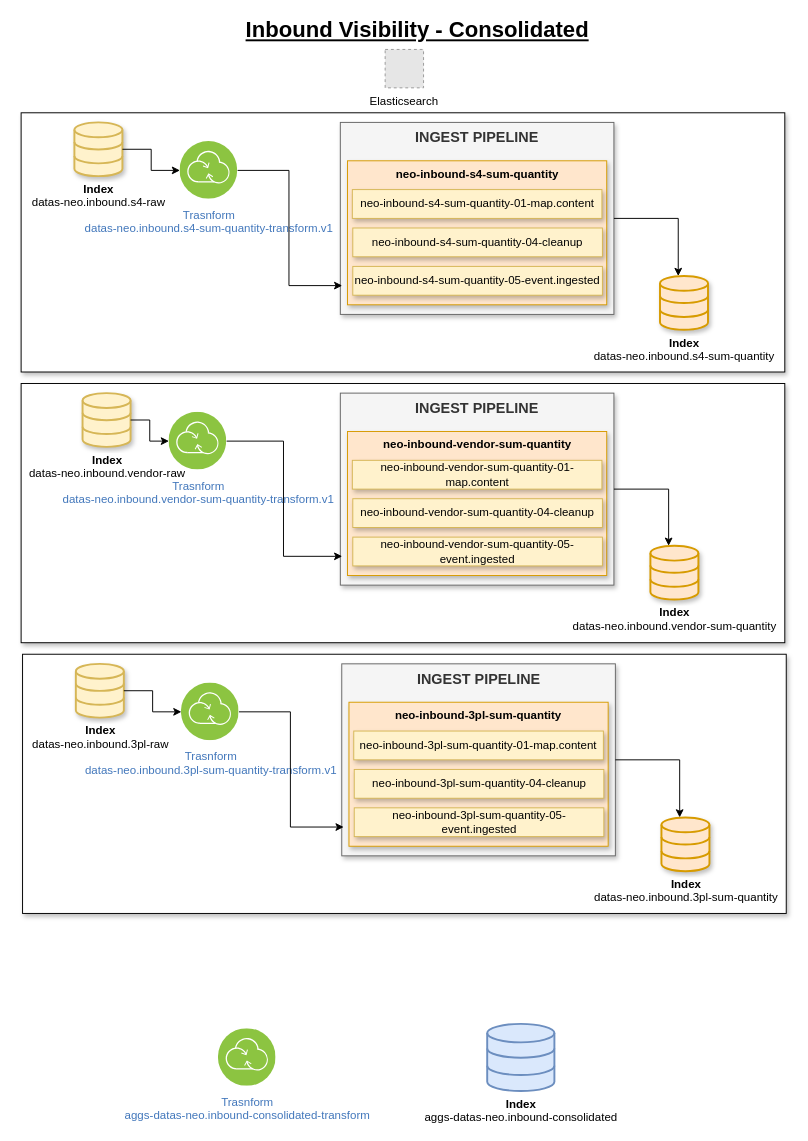
This is Inbound_Visibility-Consolidated.drawio from baranharis/Diagram-LOREAL, a draw.io file, before an edit. Source tidied: cells renumbered, new cells numbered last; positions are measured from the earlier drawing's top-left corner, leaving out a move shared by most shapes. Both pictures are drawn from the tidied source at 96%, with x=0, y=0 at pixel (21, 20). Pictures stored in the file or linked from it are replaced by grey dashed boxes.
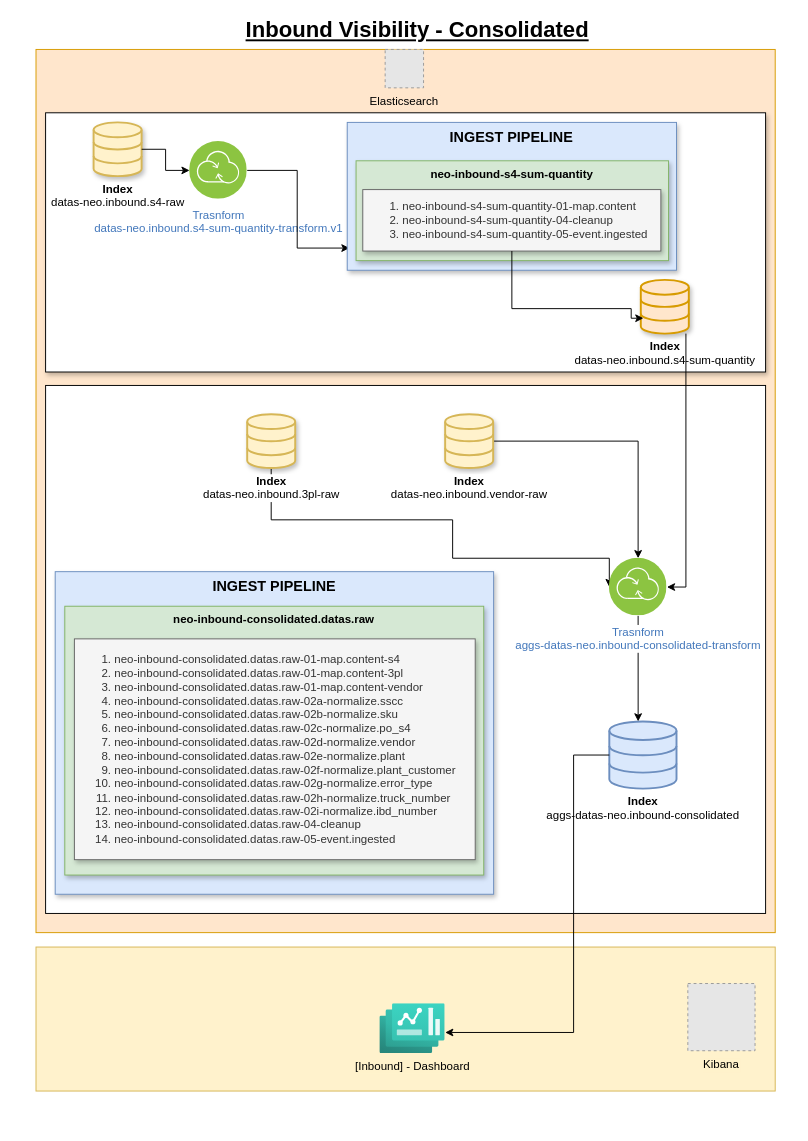
After the change.

Commit message:
Mettre à jour Inbound_Visibility-Consolidated.drawio

Change to the diagram source:
```diff
@@
-    <mxCell id="2" value="&lt;b&gt;Index&lt;/b&gt;&lt;br&gt;aggs-datas-neo.inbound-consolidated" style="html=1;verticalLabelPosition=bottom;align=center;labelBackgroundColor=#ffffff;verticalAlign=top;strokeWidth=2;strokeColor=#6c8ebf;shadow=0;dashed=0;shape=mxgraph.ios7.icons.data;fillColor=#dae8fc;" parent="1" vertex="1">
-      <mxGeometry x="485" y="1045" width="70" height="70" as="geometry" />
-    </mxCell>
+    <mxCell id="48" style="rounded=0;whiteSpace=wrap;html=1;fillColor=#fff2cc;strokeColor=#d6b656;" parent="1" vertex="1">
+      <mxGeometry x="15" y="965" width="770" height="150" as="geometry" />
+    </mxCell>
+    <mxCell id="49" style="rounded=0;whiteSpace=wrap;html=1;fillColor=#ffe6cc;strokeColor=#d79b00;" parent="1" vertex="1">
+      <mxGeometry x="15" y="30" width="770" height="920" as="geometry" />
+    </mxCell>
@@
-    <mxCell id="4" value="Elasticsearch" style="fillColor=#E6E6E6;strokeColor=#999999;dashed=1;verticalLabelPosition=bottom;labelBackgroundColor=default;verticalAlign=top;" parent="1" vertex="1">
+    <mxCell id="4" value="Elasticsearch" style="fillColor=#E6E6E6;strokeColor=#999999;dashed=1;verticalLabelPosition=bottom;labelBackgroundColor=#FFE6CC;verticalAlign=top;" parent="1" vertex="1">
       <mxGeometry x="378.7" y="30" width="40" height="40" as="geometry" />
     </mxCell>
-    <mxCell id="5" value="Trasnform&lt;br&gt;aggs-datas-neo.inbound-consolidated-transform" style="image;perimeter=ellipsePerimeter;html=1;align=center;shadow=0;dashed=0;fontColor=#4277BB;labelBackgroundColor=default;fontSize=12;spacingTop=3;image=img/lib/ibm/infrastructure/transformation_connectivity.svg;" parent="1" vertex="1">
-      <mxGeometry x="205" y="1050" width="60" height="60" as="geometry" />
-    </mxCell>
-    <mxCell id="6" style="group;" parent="1" vertex="1">
-      <mxGeometry x="-0.5" y="96" width="795.5" height="270" as="geometry" />
-    </mxCell>
-    <mxCell id="7" style="rounded=0;whiteSpace=wrap;html=1;shadow=1;" parent="6" vertex="1">
-      <mxGeometry width="795.5" height="270" as="geometry" />
+    <mxCell id="7" style="rounded=0;whiteSpace=wrap;html=1;shadow=1;" parent="1" vertex="1">
+      <mxGeometry x="25" y="96" width="750" height="270" as="geometry" />
     </mxCell>
-    <mxCell id="8" value="&lt;b&gt;Index&lt;/b&gt;&lt;br&gt;datas-neo.inbound.s4-raw" style="html=1;verticalLabelPosition=bottom;align=center;labelBackgroundColor=#ffffff;verticalAlign=top;strokeWidth=2;strokeColor=#d6b656;shadow=1;dashed=0;shape=mxgraph.ios7.icons.data;fillColor=#fff2cc;" parent="6" vertex="1">
-      <mxGeometry x="55.5" y="10" width="50" height="56" as="geometry" />
+    <mxCell id="8" value="&lt;b&gt;Index&lt;/b&gt;&lt;br&gt;datas-neo.inbound.s4-raw" style="html=1;verticalLabelPosition=bottom;align=center;labelBackgroundColor=#ffffff;verticalAlign=top;strokeWidth=2;strokeColor=#d6b656;shadow=1;dashed=0;shape=mxgraph.ios7.icons.data;fillColor=#fff2cc;" parent="1" vertex="1">
+      <mxGeometry x="75" y="106" width="50" height="56" as="geometry" />
     </mxCell>
-    <mxCell id="9" value="Trasnform&lt;br&gt;datas-neo.inbound.s4-sum-quantity-transform.v1" style="image;perimeter=ellipsePerimeter;html=1;align=center;shadow=0;dashed=0;fontColor=#4277BB;labelBackgroundColor=default;fontSize=12;spacingTop=3;image=img/lib/ibm/infrastructure/transformation_connectivity.svg;imageBackground=default;" parent="6" vertex="1">
-      <mxGeometry x="165.5" y="30" width="60" height="60" as="geometry" />
+    <mxCell id="9" value="Trasnform&lt;br&gt;datas-neo.inbound.s4-sum-quantity-transform.v1" style="image;perimeter=ellipsePerimeter;html=1;align=center;shadow=0;dashed=0;fontColor=#4277BB;labelBackgroundColor=default;fontSize=12;spacingTop=3;image=img/lib/ibm/infrastructure/transformation_connectivity.svg;imageBackground=default;" parent="1" vertex="1">
+      <mxGeometry x="175" y="126" width="60" height="60" as="geometry" />
     </mxCell>
-    <mxCell id="10" style="edgeStyle=orthogonalEdgeStyle;rounded=0;jettySize=auto;html=1;" parent="6" edge="1" source="8" target="9">
+    <mxCell id="10" style="edgeStyle=orthogonalEdgeStyle;rounded=0;jettySize=auto;html=1;" parent="1" edge="1" source="8" target="9">
       <mxGeometry relative="1" as="geometry" />
     </mxCell>
-    <mxCell id="11" value="&lt;b&gt;Index&lt;/b&gt;&lt;br&gt;datas-neo.inbound.s4-sum-quantity" style="html=1;verticalLabelPosition=bottom;align=center;labelBackgroundColor=#ffffff;verticalAlign=top;strokeWidth=2;strokeColor=#d79b00;shadow=1;dashed=0;shape=mxgraph.ios7.icons.data;fillColor=#ffe6cc;" parent="6" vertex="1">
-      <mxGeometry x="665.5" y="170" width="50" height="56" as="geometry" />
-    </mxCell>
-    <mxCell id="12" style="group;" parent="6" vertex="1">
-      <mxGeometry x="332.5" y="10" width="285" height="200" as="geometry" />
-    </mxCell>
+    <mxCell id="18" style="edgeStyle=orthogonalEdgeStyle;rounded=0;jettySize=auto;html=1;entryX=0.007;entryY=0.85;entryDx=0;entryDy=0;entryPerimeter=0;" parent="1" edge="1" source="9" target="13">
+      <mxGeometry relative="1" as="geometry" />
+    </mxCell>
+    <mxCell id="50" value="Kibana" style="fillColor=#E6E6E6;strokeColor=#999999;dashed=1;verticalLabelPosition=bottom;labelBackgroundColor=#fff2cb;verticalAlign=top;" parent="1" vertex="1">
+      <mxGeometry x="694" y="1003" width="70" height="70" as="geometry" />
+    </mxCell>
+    <mxCell id="51" value="[Inbound] - Dashboard" style="image;html=1;points=[];align=center;fontSize=12;image=img/lib/azure2/other/Dashboard_Hub.svg;labelBackgroundColor=#fff2cb;" parent="1" vertex="1">
+      <mxGeometry x="373.2" y="1024" width="68" height="52" as="geometry" />
+    </mxCell>
+    <mxCell id="52" style="group;" parent="1" vertex="1">
+      <mxGeometry x="339.2" y="106" width="343" height="154" as="geometry" />
+    </mxCell>
-    <mxCell id="13" value="INGEST PIPELINE" style="rounded=0;whiteSpace=wrap;html=1;verticalAlign=top;fontStyle=1;fontSize=15;fillColor=#f5f5f5;fontColor=#333333;strokeColor=#666666;glass=0;shadow=1;" parent="12" vertex="1">
-      <mxGeometry width="285" height="200" as="geometry" />
+    <mxCell id="13" value="INGEST PIPELINE" style="rounded=0;whiteSpace=wrap;html=1;verticalAlign=top;fontStyle=1;fontSize=15;fillColor=#dae8fc;strokeColor=#6c8ebf;glass=0;shadow=1;" parent="52" vertex="1">
+      <mxGeometry width="343" height="154" as="geometry" />
     </mxCell>
-    <mxCell id="14" value="neo-inbound-s4-sum-quantity" style="rounded=0;whiteSpace=wrap;html=1;verticalAlign=top;fontStyle=1;fillColor=#ffe6cc;strokeColor=#d79b00;glass=0;shadow=1;" parent="12" vertex="1">
-      <mxGeometry x="7.5" y="40" width="270" height="150" as="geometry" />
+    <mxCell id="14" value="neo-inbound-s4-sum-quantity" style="rounded=0;whiteSpace=wrap;html=1;verticalAlign=top;fontStyle=1;fillColor=#d5e8d4;strokeColor=#82b366;glass=0;shadow=1;" parent="52" vertex="1">
+      <mxGeometry x="9.2" y="40" width="325.5" height="104" as="geometry" />
     </mxCell>
-    <mxCell id="15" value="neo-inbound-s4-sum-quantity-01-map.content" style="rounded=0;whiteSpace=wrap;html=1;fillColor=#fff2cc;strokeColor=#d6b656;shadow=1;" parent="12" vertex="1">
-      <mxGeometry x="12.5" y="70" width="260" height="30" as="geometry" />
+    <mxCell id="15" value="&lt;ol&gt;&lt;li&gt;neo-inbound-s4-sum-quantity-01-map.content&lt;/li&gt;&lt;li&gt;neo-inbound-s4-sum-quantity-04-cleanup&lt;/li&gt;&lt;li&gt;neo-inbound-s4-sum-quantity-05-event.ingested&lt;br&gt;&lt;/li&gt;&lt;/ol&gt;" style="rounded=0;whiteSpace=wrap;html=1;fillColor=#f5f5f5;strokeColor=#666666;shadow=1;align=left;fontColor=#333333;" parent="52" vertex="1">
+      <mxGeometry x="16.2" y="70" width="310.5" height="64" as="geometry" />
     </mxCell>
-    <mxCell id="16" value="neo-inbound-s4-sum-quantity-04-cleanup" style="rounded=0;whiteSpace=wrap;html=1;fillColor=#fff2cc;strokeColor=#d6b656;shadow=1;" parent="12" vertex="1">
-      <mxGeometry x="13" y="110" width="260" height="30" as="geometry" />
-    </mxCell>
-    <mxCell id="17" value="neo-inbound-s4-sum-quantity-05-event.ingested" style="rounded=0;whiteSpace=wrap;html=1;fillColor=#fff2cc;strokeColor=#d6b656;shadow=1;" parent="12" vertex="1">
-      <mxGeometry x="13" y="150" width="260" height="30" as="geometry" />
-    </mxCell>
-    <mxCell id="18" style="edgeStyle=orthogonalEdgeStyle;rounded=0;jettySize=auto;html=1;entryX=0.007;entryY=0.85;entryDx=0;entryDy=0;entryPerimeter=0;" parent="6" edge="1" source="9" target="13">
-      <mxGeometry relative="1" as="geometry" />
-    </mxCell>
-    <mxCell id="19" style="edgeStyle=orthogonalEdgeStyle;rounded=0;jettySize=auto;html=1;entryX=0.38;entryY=0;entryDx=0;entryDy=0;entryPerimeter=0;" parent="6" edge="1" source="13" target="11">
-      <mxGeometry relative="1" as="geometry" />
-    </mxCell>
-    <mxCell id="20" style="group;" parent="1" vertex="1">
-      <mxGeometry x="-0.5" y="378" width="795.5" height="270" as="geometry" />
-    </mxCell>
-    <mxCell id="21" style="rounded=0;whiteSpace=wrap;html=1;shadow=1;" parent="20" vertex="1">
-      <mxGeometry width="795.5" height="270" as="geometry" />
-    </mxCell>
+    <mxCell id="11" value="&lt;b&gt;Index&lt;/b&gt;&lt;br&gt;datas-neo.inbound.s4-sum-quantity" style="html=1;verticalLabelPosition=bottom;align=center;labelBackgroundColor=#ffffff;verticalAlign=top;strokeWidth=2;strokeColor=#d79b00;shadow=1;dashed=0;shape=mxgraph.ios7.icons.data;fillColor=#ffe6cc;" parent="1" vertex="1">
+      <mxGeometry x="645" y="270" width="50" height="56" as="geometry" />
+    </mxCell>
+    <mxCell id="53" style="edgeStyle=orthogonalEdgeStyle;rounded=0;jettySize=auto;html=1;entryX=0.055;entryY=0.714;entryDx=0;entryDy=0;entryPerimeter=0;" parent="1" edge="1" source="15" target="11">
+      <mxGeometry relative="1" as="geometry">
+        <Array as="points">
+          <mxPoint x="511" y="300" />
+          <mxPoint x="635" y="300" />
+        </Array>
+      </mxGeometry>
+    </mxCell>
+    <mxCell id="54" style="rounded=0;whiteSpace=wrap;html=1;" parent="1" vertex="1">
+      <mxGeometry x="25" y="380" width="750" height="550" as="geometry" />
+    </mxCell>
+    <mxCell id="2" value="&lt;b&gt;Index&lt;/b&gt;&lt;br&gt;aggs-datas-neo.inbound-consolidated" style="html=1;verticalLabelPosition=bottom;align=center;labelBackgroundColor=#ffffff;verticalAlign=top;strokeWidth=2;strokeColor=#6c8ebf;shadow=0;dashed=0;shape=mxgraph.ios7.icons.data;fillColor=#dae8fc;" parent="1" vertex="1">
+      <mxGeometry x="612.2" y="730" width="70" height="70" as="geometry" />
+    </mxCell>
+    <mxCell id="55" style="edgeStyle=orthogonalEdgeStyle;rounded=0;jettySize=auto;html=1;" parent="1" edge="1" source="2" target="51">
+      <mxGeometry relative="1" as="geometry">
+        <Array as="points">
+          <mxPoint x="575" y="765" />
+          <mxPoint x="575" y="1054" />
+        </Array>
+      </mxGeometry>
+    </mxCell>
+    <mxCell id="56" value="INGEST PIPELINE" style="rounded=0;whiteSpace=wrap;html=1;verticalAlign=top;fontStyle=1;fontSize=15;fillColor=#dae8fc;strokeColor=#6c8ebf;glass=0;shadow=1;" parent="1" vertex="1">
+      <mxGeometry x="35" y="574" width="456.7" height="336" as="geometry" />
+    </mxCell>
+    <mxCell id="57" value="neo-inbound-consolidated.datas.raw" style="rounded=0;whiteSpace=wrap;html=1;verticalAlign=top;fontStyle=1;fillColor=#d5e8d4;strokeColor=#82b366;glass=0;shadow=1;" parent="1" vertex="1">
+      <mxGeometry x="45" y="610" width="436.4" height="280" as="geometry" />
+    </mxCell>
+    <mxCell id="58" value="&lt;ol&gt;&lt;li style=&quot;border-color: var(--border-color);&quot;&gt;neo-inbound-consolidated.datas.raw-01-map.content-s4&lt;/li&gt;&lt;li style=&quot;border-color: var(--border-color);&quot;&gt;neo-inbound-consolidated.datas.raw-01-map.content-3pl&lt;/li&gt;&lt;li style=&quot;border-color: var(--border-color);&quot;&gt;neo-inbound-consolidated.datas.raw-01-map.content-vendor&lt;/li&gt;&lt;li style=&quot;border-color: var(--border-color);&quot;&gt;neo-inbound-consolidated.datas.raw-02a-normalize.sscc&lt;/li&gt;&lt;li style=&quot;border-color: var(--border-color);&quot;&gt;neo-inbound-consolidated.datas.raw-02b-normalize.sku&lt;/li&gt;&lt;li style=&quot;border-color: var(--border-color);&quot;&gt;neo-inbound-consolidated.datas.raw-02c-normalize.po_s4&lt;/li&gt;&lt;li&gt;neo-inbound-consolidated.datas.raw-02d-normalize.vendor&lt;br&gt;&lt;/li&gt;&lt;li&gt;neo-inbound-consolidated.datas.raw-02e-normalize.plant&lt;br&gt;&lt;/li&gt;&lt;li&gt;neo-inbound-consolidated.datas.raw-02f-normalize.plant_customer&lt;br&gt;&lt;/li&gt;&lt;li&gt;neo-inbound-consolidated.datas.raw-02g-normalize.error_type&lt;br&gt;&lt;/li&gt;&lt;li style=&quot;border-color: var(--border-color);&quot;&gt;neo-inbound-consolidated.datas.raw-02h-normalize.truck_number&lt;/li&gt;&lt;li style=&quot;border-color: var(--border-color);&quot;&gt;neo-inbound-consolidated.datas.raw-02i-normalize.ibd_number&lt;br&gt;&lt;/li&gt;&lt;li style=&quot;border-color: var(--border-color);&quot;&gt;neo-inbound-consolidated.datas.raw-04-cleanup&lt;br&gt;&lt;/li&gt;&lt;li style=&quot;border-color: var(--border-color);&quot;&gt;neo-inbound-consolidated.datas.raw-05-event.ingested&lt;br&gt;&lt;/li&gt;&lt;/ol&gt;" style="rounded=0;whiteSpace=wrap;html=1;fillColor=#f5f5f5;strokeColor=#666666;shadow=1;align=left;fontColor=#333333;" parent="1" vertex="1">
+      <mxGeometry x="55" y="644" width="417.5" height="230" as="geometry" />
+    </mxCell>
+    <mxCell id="59" style="edgeStyle=orthogonalEdgeStyle;rounded=0;jettySize=auto;html=1;entryX=0;entryY=0.5;entryDx=0;entryDy=0;" parent="1" edge="1" source="36" target="5">
+      <mxGeometry relative="1" as="geometry">
+        <Array as="points">
+          <mxPoint x="260" y="520" />
+          <mxPoint x="449" y="520" />
+          <mxPoint x="449" y="560" />
+          <mxPoint x="612" y="560" />
+        </Array>
+      </mxGeometry>
+    </mxCell>
+    <mxCell id="36" value="&lt;b&gt;Index&lt;/b&gt;&lt;br&gt;datas-neo.inbound.3pl-raw" style="html=1;verticalLabelPosition=bottom;align=center;labelBackgroundColor=#ffffff;verticalAlign=top;strokeWidth=2;strokeColor=#d6b656;shadow=1;dashed=0;shape=mxgraph.ios7.icons.data;fillColor=#fff2cc;" parent="1" vertex="1">
+      <mxGeometry x="235" y="410" width="50" height="56" as="geometry" />
+    </mxCell>
+    <mxCell id="60" style="edgeStyle=orthogonalEdgeStyle;rounded=0;jettySize=auto;html=1;entryX=0.5;entryY=0;entryDx=0;entryDy=0;" parent="1" edge="1" source="22" target="5">
+      <mxGeometry relative="1" as="geometry" />
+    </mxCell>
-    <mxCell id="22" value="&lt;b&gt;Index&lt;/b&gt;&lt;br&gt;datas-neo.inbound.vendor-raw" style="html=1;verticalLabelPosition=bottom;align=center;labelBackgroundColor=#ffffff;verticalAlign=top;strokeWidth=2;strokeColor=#d6b656;shadow=1;dashed=0;shape=mxgraph.ios7.icons.data;fillColor=#fff2cc;" parent="20" vertex="1">
-      <mxGeometry x="64" y="10" width="50" height="56" as="geometry" />
+    <mxCell id="22" value="&lt;b&gt;Index&lt;/b&gt;&lt;br&gt;datas-neo.inbound.vendor-raw" style="html=1;verticalLabelPosition=bottom;align=center;labelBackgroundColor=#ffffff;verticalAlign=top;strokeWidth=2;strokeColor=#d6b656;shadow=1;dashed=0;shape=mxgraph.ios7.icons.data;fillColor=#fff2cc;" parent="1" vertex="1">
+      <mxGeometry x="441.2" y="410" width="50" height="56" as="geometry" />
     </mxCell>
-    <mxCell id="23" value="Trasnform&lt;br&gt;datas-neo.inbound.vendor-sum-quantity-transform.v1" style="image;perimeter=ellipsePerimeter;html=1;align=center;shadow=0;dashed=0;fontColor=#4277BB;labelBackgroundColor=default;fontSize=12;spacingTop=3;image=img/lib/ibm/infrastructure/transformation_connectivity.svg;imageBackground=default;" parent="20" vertex="1">
-      <mxGeometry x="154" y="30" width="60" height="60" as="geometry" />
-    </mxCell>
-    <mxCell id="24" style="edgeStyle=orthogonalEdgeStyle;rounded=0;jettySize=auto;html=1;" parent="20" edge="1" source="22" target="23">
-      <mxGeometry relative="1" as="geometry" />
-    </mxCell>
-    <mxCell id="25" value="&lt;b&gt;Index&lt;/b&gt;&lt;br&gt;datas-neo.inbound.vendor-sum-quantity" style="html=1;verticalLabelPosition=bottom;align=center;labelBackgroundColor=#ffffff;verticalAlign=top;strokeWidth=2;strokeColor=#d79b00;shadow=1;dashed=0;shape=mxgraph.ios7.icons.data;fillColor=#ffe6cc;" parent="20" vertex="1">
-      <mxGeometry x="655.5" y="169" width="50" height="56" as="geometry" />
-    </mxCell>
-    <mxCell id="26" style="group;" parent="20" vertex="1">
-      <mxGeometry x="332.5" y="10" width="285" height="200" as="geometry" />
-    </mxCell>
-    <mxCell id="27" value="INGEST PIPELINE" style="rounded=0;whiteSpace=wrap;html=1;verticalAlign=top;fontStyle=1;fontSize=15;fillColor=#f5f5f5;fontColor=#333333;strokeColor=#666666;glass=0;shadow=1;" parent="26" vertex="1">
-      <mxGeometry width="285" height="200" as="geometry" />
-    </mxCell>
-    <mxCell id="28" value="neo-inbound-vendor-sum-quantity" style="rounded=0;whiteSpace=wrap;html=1;verticalAlign=top;fontStyle=1;fillColor=#ffe6cc;strokeColor=#d79b00;glass=0;shadow=1;" parent="26" vertex="1">
-      <mxGeometry x="7.5" y="40" width="270" height="150" as="geometry" />
-    </mxCell>
-    <mxCell id="29" value="neo-inbound-vendor-sum-quantity-01-map.content" style="rounded=0;whiteSpace=wrap;html=1;fillColor=#fff2cc;strokeColor=#d6b656;shadow=1;" parent="26" vertex="1">
-      <mxGeometry x="12.5" y="70" width="260" height="30" as="geometry" />
-    </mxCell>
-    <mxCell id="30" value="neo-inbound-vendor-sum-quantity-04-cleanup" style="rounded=0;whiteSpace=wrap;html=1;fillColor=#fff2cc;strokeColor=#d6b656;shadow=1;" parent="26" vertex="1">
-      <mxGeometry x="13" y="110" width="260" height="30" as="geometry" />
-    </mxCell>
-    <mxCell id="31" value="neo-inbound-vendor-sum-quantity-05-event.ingested" style="rounded=0;whiteSpace=wrap;html=1;fillColor=#fff2cc;strokeColor=#d6b656;shadow=1;" parent="26" vertex="1">
-      <mxGeometry x="13" y="150" width="260" height="30" as="geometry" />
-    </mxCell>
-    <mxCell id="32" style="edgeStyle=orthogonalEdgeStyle;rounded=0;jettySize=auto;html=1;entryX=0.007;entryY=0.85;entryDx=0;entryDy=0;entryPerimeter=0;" parent="20" edge="1" source="23" target="27">
-      <mxGeometry relative="1" as="geometry" />
-    </mxCell>
-    <mxCell id="33" style="edgeStyle=orthogonalEdgeStyle;rounded=0;jettySize=auto;html=1;entryX=0.38;entryY=0;entryDx=0;entryDy=0;entryPerimeter=0;" parent="20" edge="1" source="27" target="25">
-      <mxGeometry relative="1" as="geometry" />
-    </mxCell>
-    <mxCell id="34" style="group;" parent="1" vertex="1">
-      <mxGeometry x="1" y="660" width="795.5" height="270" as="geometry" />
-    </mxCell>
-    <mxCell id="35" style="rounded=0;whiteSpace=wrap;html=1;shadow=1;" parent="34" vertex="1">
-      <mxGeometry width="795.5" height="270" as="geometry" />
-    </mxCell>
-    <mxCell id="36" value="&lt;b&gt;Index&lt;/b&gt;&lt;br&gt;datas-neo.inbound.3pl-raw" style="html=1;verticalLabelPosition=bottom;align=center;labelBackgroundColor=#ffffff;verticalAlign=top;strokeWidth=2;strokeColor=#d6b656;shadow=1;dashed=0;shape=mxgraph.ios7.icons.data;fillColor=#fff2cc;" parent="34" vertex="1">
-      <mxGeometry x="55.5" y="10" width="50" height="56" as="geometry" />
-    </mxCell>
-    <mxCell id="37" value="Trasnform&lt;br&gt;datas-neo.inbound.3pl-sum-quantity-transform.v1" style="image;perimeter=ellipsePerimeter;html=1;align=center;shadow=0;dashed=0;fontColor=#4277BB;labelBackgroundColor=default;fontSize=12;spacingTop=3;image=img/lib/ibm/infrastructure/transformation_connectivity.svg;imageBackground=default;" parent="34" vertex="1">
-      <mxGeometry x="165.5" y="30" width="60" height="60" as="geometry" />
-    </mxCell>
-    <mxCell id="38" style="edgeStyle=orthogonalEdgeStyle;rounded=0;jettySize=auto;html=1;" parent="34" edge="1" source="36" target="37">
-      <mxGeometry relative="1" as="geometry" />
-    </mxCell>
-    <mxCell id="39" value="&lt;b&gt;Index&lt;/b&gt;&lt;br&gt;datas-neo.inbound.3pl-sum-quantity" style="html=1;verticalLabelPosition=bottom;align=center;labelBackgroundColor=#ffffff;verticalAlign=top;strokeWidth=2;strokeColor=#d79b00;shadow=1;dashed=0;shape=mxgraph.ios7.icons.data;fillColor=#ffe6cc;" parent="34" vertex="1">
-      <mxGeometry x="665.5" y="170" width="50" height="56" as="geometry" />
-    </mxCell>
-    <mxCell id="40" style="group;" parent="34" vertex="1">
-      <mxGeometry x="332.5" y="10" width="285" height="200" as="geometry" />
-    </mxCell>
-    <mxCell id="41" value="INGEST PIPELINE" style="rounded=0;whiteSpace=wrap;html=1;verticalAlign=top;fontStyle=1;fontSize=15;fillColor=#f5f5f5;fontColor=#333333;strokeColor=#666666;glass=0;shadow=1;" parent="40" vertex="1">
-      <mxGeometry width="285" height="200" as="geometry" />
-    </mxCell>
-    <mxCell id="42" value="neo-inbound-3pl-sum-quantity" style="rounded=0;whiteSpace=wrap;html=1;verticalAlign=top;fontStyle=1;fillColor=#ffe6cc;strokeColor=#d79b00;glass=0;shadow=1;" parent="40" vertex="1">
-      <mxGeometry x="7.5" y="40" width="270" height="150" as="geometry" />
-    </mxCell>
-    <mxCell id="43" value="neo-inbound-3pl-sum-quantity-01-map.content" style="rounded=0;whiteSpace=wrap;html=1;fillColor=#fff2cc;strokeColor=#d6b656;shadow=1;" parent="40" vertex="1">
-      <mxGeometry x="12.5" y="70" width="260" height="30" as="geometry" />
-    </mxCell>
-    <mxCell id="44" value="neo-inbound-3pl-sum-quantity-04-cleanup" style="rounded=0;whiteSpace=wrap;html=1;fillColor=#fff2cc;strokeColor=#d6b656;shadow=1;" parent="40" vertex="1">
-      <mxGeometry x="13" y="110" width="260" height="30" as="geometry" />
-    </mxCell>
-    <mxCell id="45" value="neo-inbound-3pl-sum-quantity-05-event.ingested" style="rounded=0;whiteSpace=wrap;html=1;fillColor=#fff2cc;strokeColor=#d6b656;shadow=1;" parent="40" vertex="1">
-      <mxGeometry x="13" y="150" width="260" height="30" as="geometry" />
-    </mxCell>
-    <mxCell id="46" style="edgeStyle=orthogonalEdgeStyle;rounded=0;jettySize=auto;html=1;entryX=0.007;entryY=0.85;entryDx=0;entryDy=0;entryPerimeter=0;" parent="34" edge="1" source="37" target="41">
-      <mxGeometry relative="1" as="geometry" />
-    </mxCell>
-    <mxCell id="47" style="edgeStyle=orthogonalEdgeStyle;rounded=0;jettySize=auto;html=1;entryX=0.38;entryY=0;entryDx=0;entryDy=0;entryPerimeter=0;" parent="34" edge="1" source="41" target="39">
-      <mxGeometry relative="1" as="geometry" />
-    </mxCell>
+    <mxCell id="61" style="edgeStyle=orthogonalEdgeStyle;rounded=0;jettySize=auto;html=1;entryX=0.429;entryY=0;entryDx=0;entryDy=0;entryPerimeter=0;" parent="1" edge="1" source="5" target="2">
+      <mxGeometry relative="1" as="geometry" />
+    </mxCell>
+    <mxCell id="5" value="Trasnform&lt;br&gt;aggs-datas-neo.inbound-consolidated-transform" style="image;perimeter=ellipsePerimeter;html=1;align=center;shadow=0;dashed=0;fontColor=#4277BB;labelBackgroundColor=default;fontSize=12;spacingTop=3;image=img/lib/ibm/infrastructure/transformation_connectivity.svg;" parent="1" vertex="1">
+      <mxGeometry x="612.2" y="560" width="60" height="60" as="geometry" />
+    </mxCell>
+    <mxCell id="62" style="edgeStyle=orthogonalEdgeStyle;rounded=0;jettySize=auto;html=1;entryX=1;entryY=0.5;entryDx=0;entryDy=0;" parent="1" edge="1" source="11" target="5">
+      <mxGeometry relative="1" as="geometry">
+        <Array as="points">
+          <mxPoint x="692" y="590" />
+        </Array>
+      </mxGeometry>
+    </mxCell>
```
